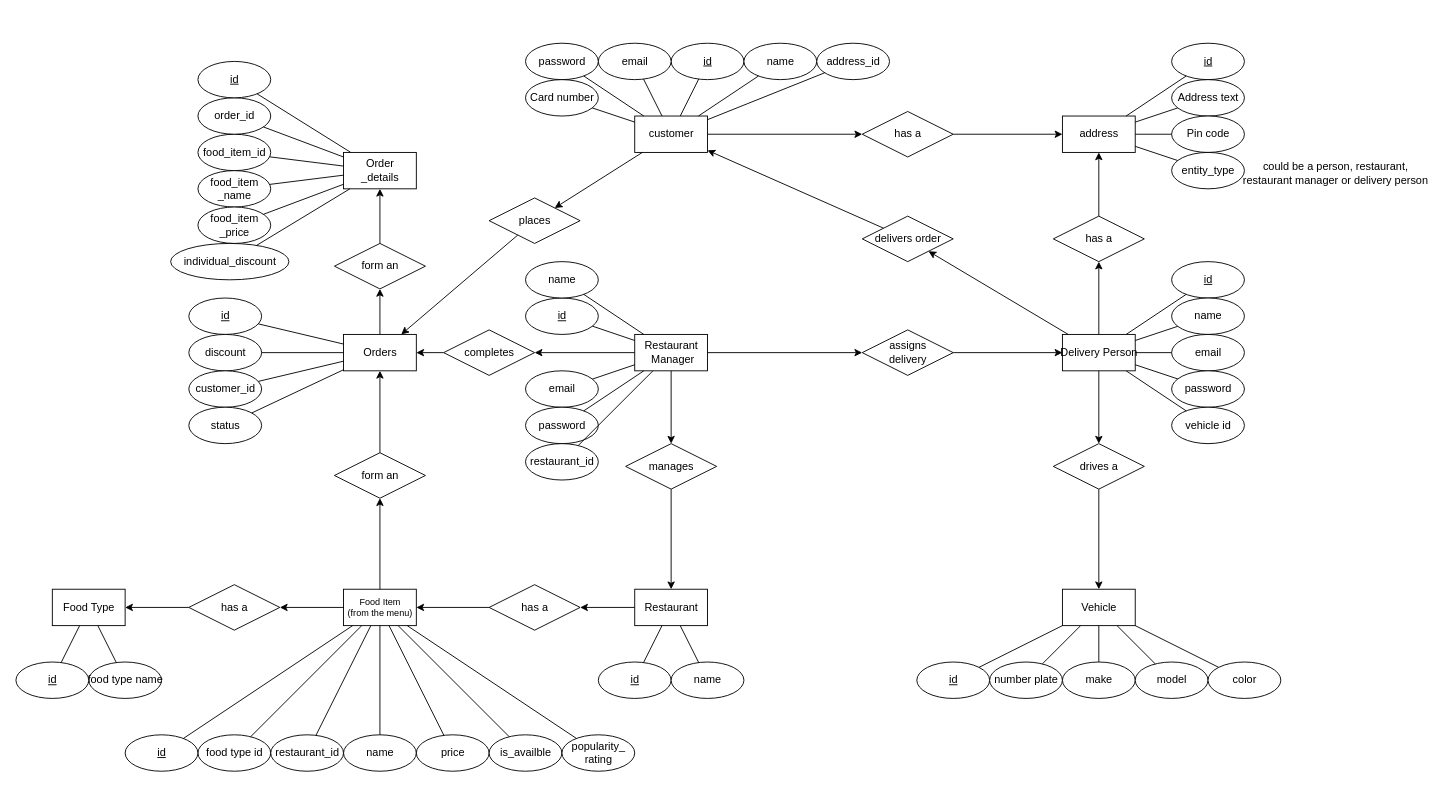
Earlier version of the draw.io diagram diagrams/ER/ER diagram.drawio (callofthewild/hunger-buzz). Source tidied: cells renumbered, new cells numbered last; positions are measured from the earlier drawing's top-left corner, leaving out a move shared by most shapes. Both pictures are drawn from the tidied source at 91%, with x=0, y=0 at pixel (15, 43).
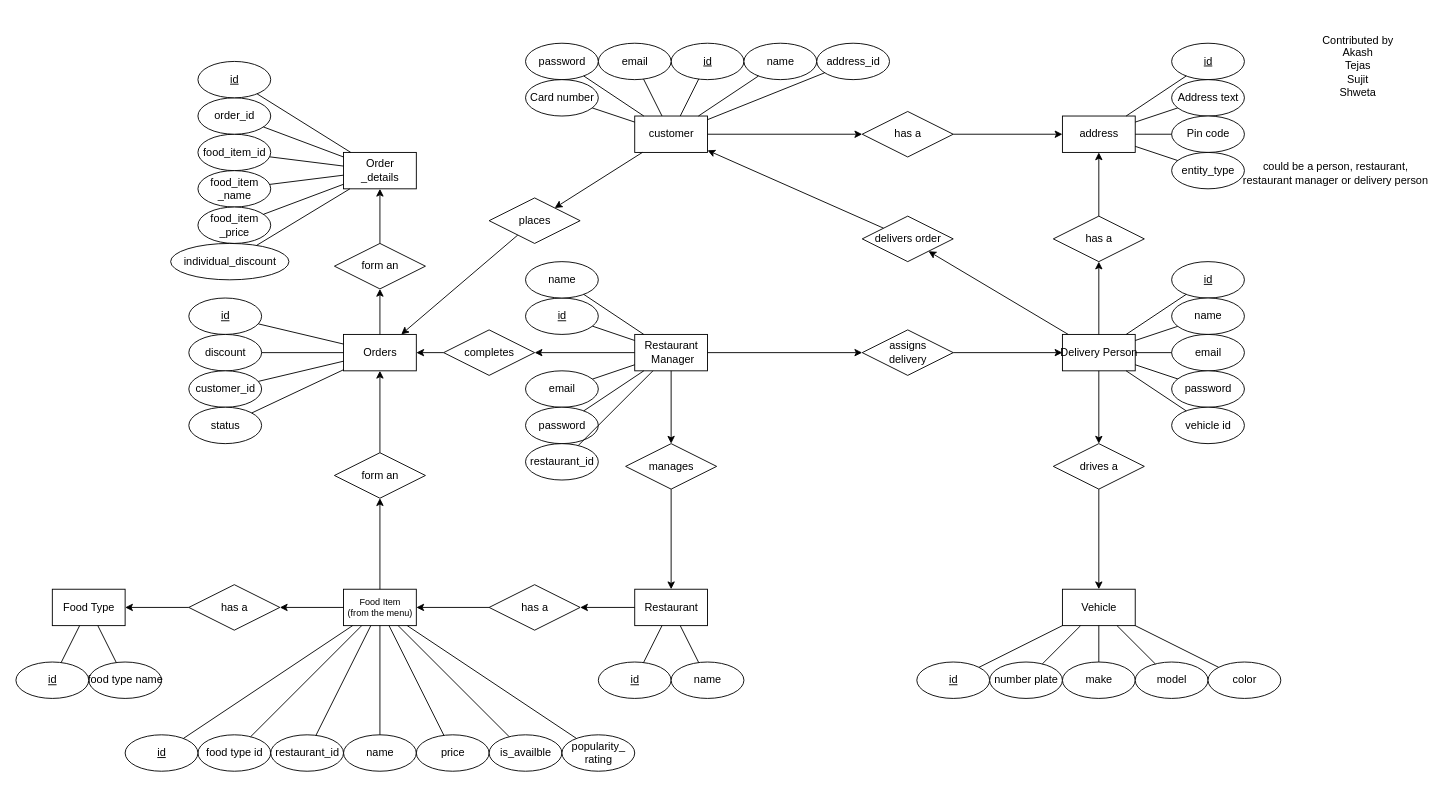
Above is the later version.

Change to the diagram source:
```diff
@@
+    <mxCell id="141" value="&lt;div&gt;Contributed by&lt;/div&gt;&lt;div&gt;Akash&lt;/div&gt;&lt;div&gt;Tejas&lt;/div&gt;&lt;div&gt;Sujit&lt;/div&gt;&lt;div&gt;Shweta&lt;br&gt;&lt;/div&gt;" style="text;html=1;strokeColor=none;fillColor=none;align=center;verticalAlign=middle;whiteSpace=wrap;rounded=0;" parent="1" vertex="1">
+      <mxGeometry x="1420" y="-30" width="110" height="110" as="geometry" />
+    </mxCell>
```
